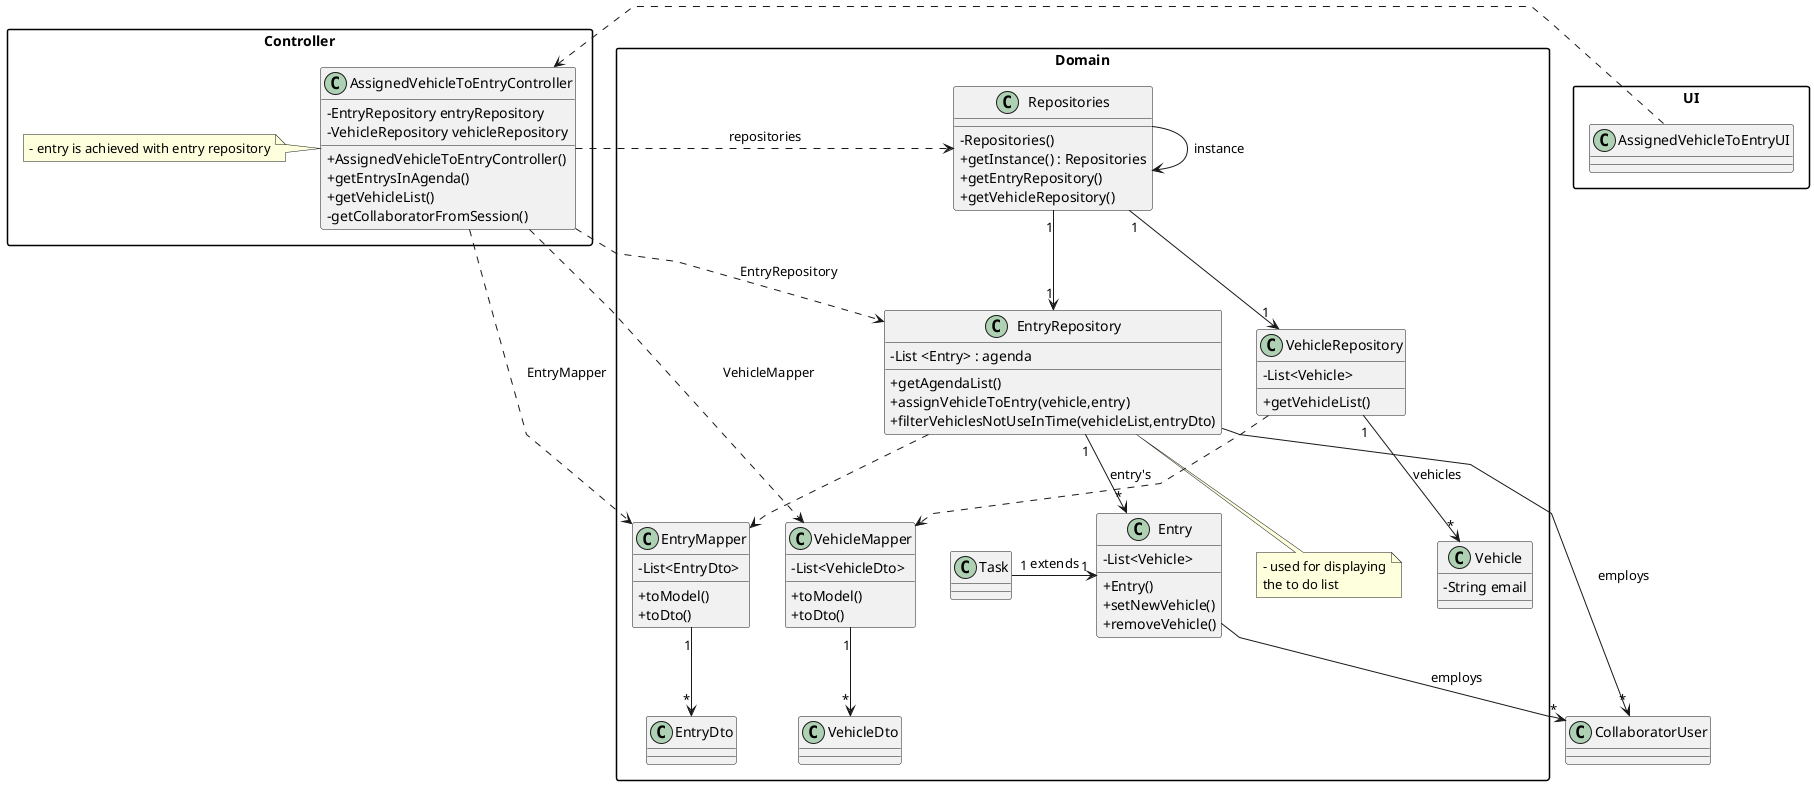
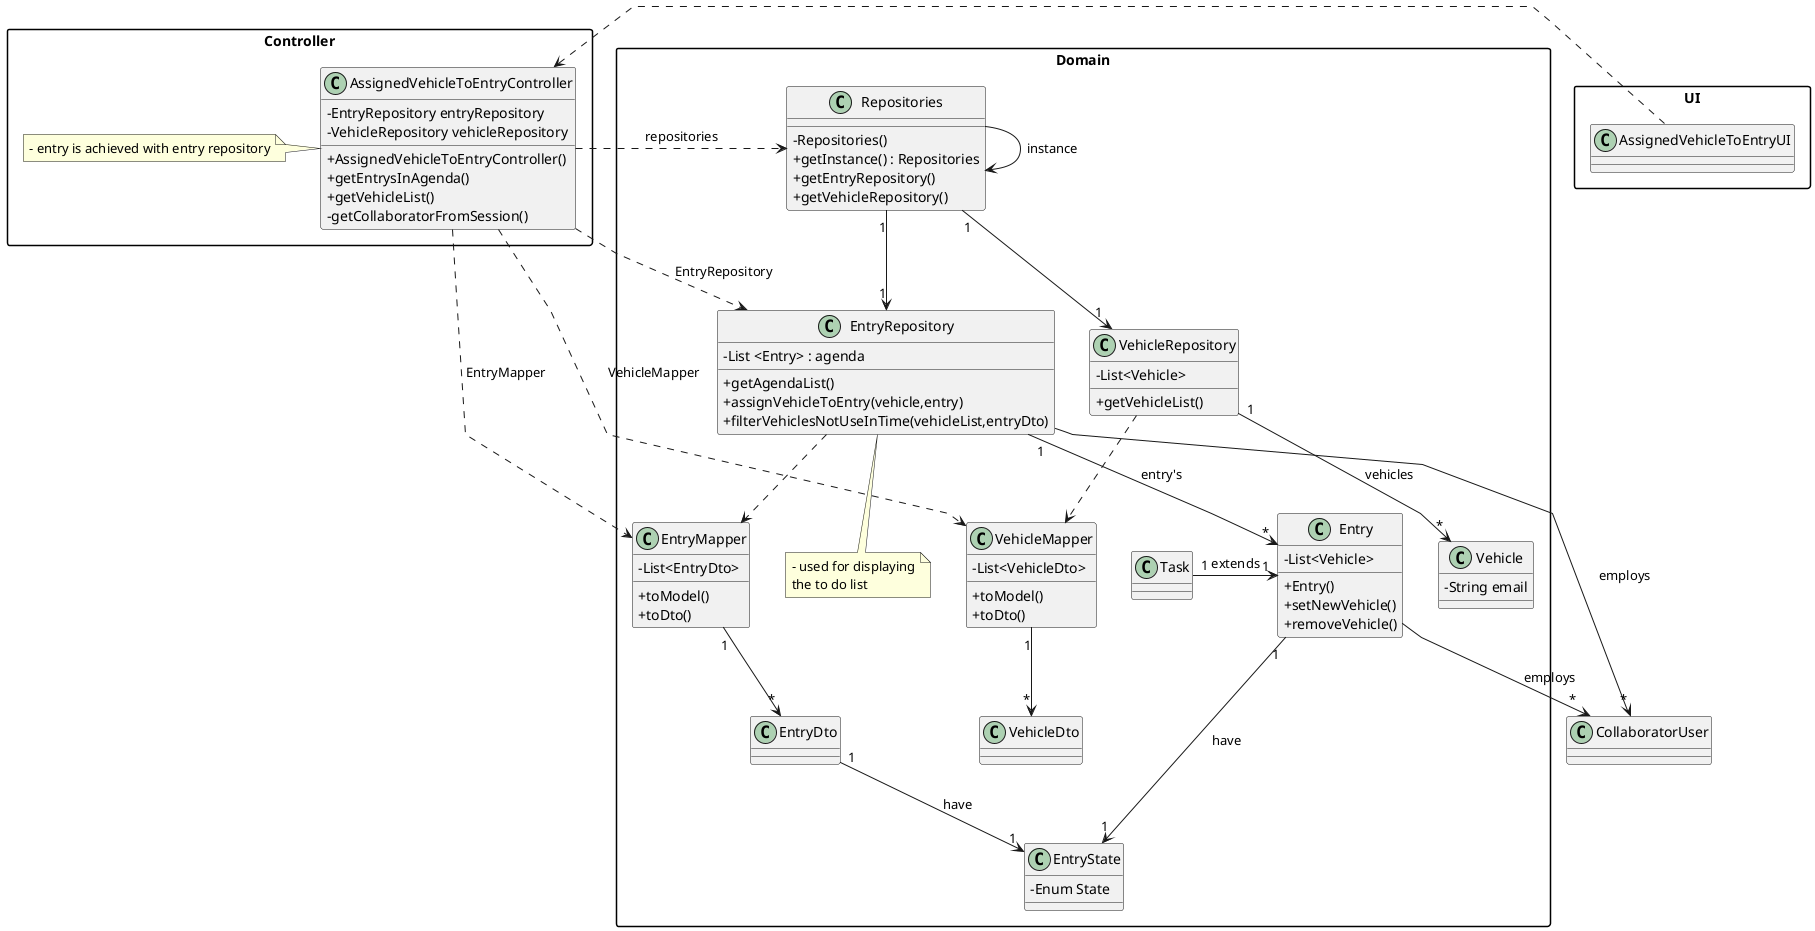
@startuml
'skinparam monochrome true
skinparam packageStyle rectangle
skinparam shadowing false
skinparam linetype polyline
'skinparam linetype orto

skinparam classAttributeIconSize 0

'left to right direction

package "Domain" {
class Entry {
    - List<Vehicle>
    + Entry()
    + setNewVehicle()
    + removeVehicle()
+ }
+ 
+ class EntryState{
+     -Enum State
}

class Task{
}
class EntryRepository {
    - List <Entry> : agenda

    + getAgendaList()
    + assignVehicleToEntry(vehicle,entry)
    + filterVehiclesNotUseInTime(vehicleList,entryDto)
}


note bottom of EntryRepository
    - used for displaying
    the to do list
end note

class VehicleRepository{
    - List<Vehicle>

    + getVehicleList()
}

class Vehicle {
    - String email
}


class Repositories {
    - Repositories()
    + getInstance() : Repositories
    + getEntryRepository()
    + getVehicleRepository()
}

class EntryMapper{
    - List<EntryDto>
    + toModel()
    + toDto()
}

class EntryDto{
}

class VehicleMapper{
    - List<VehicleDto>
    + toModel()
    + toDto()
}

class VehicleDto{
}

}



class CollaboratorUser {
}


package "Controller"{

class AssignedVehicleToEntryController {
    - EntryRepository entryRepository
    - VehicleRepository vehicleRepository
    + AssignedVehicleToEntryController()
    + getEntrysInAgenda()
    + getVehicleList()
    - getCollaboratorFromSession()
}

note left of AssignedVehicleToEntryController
    - entry is achieved with entry repository
end note


}



package "UI"{

class AssignedVehicleToEntryUI {
}

}
Repositories -> Repositories : instance


AssignedVehicleToEntryUI .> AssignedVehicleToEntryController

AssignedVehicleToEntryController .> Repositories : repositories
Repositories "1" --> "1" EntryRepository
Repositories "1" --> "1" VehicleRepository

AssignedVehicleToEntryController ..> EntryRepository : EntryRepository
AssignedVehicleToEntryController ..> EntryMapper : EntryMapper
AssignedVehicleToEntryController ..> VehicleMapper : VehicleMapper

EntryMapper "1" --> "*" EntryDto

VehicleRepository "1" --> "*" Vehicle : vehicles

EntryRepository "1" --> "*" Entry : entry's
EntryRepository --> "*" CollaboratorUser : employs
EntryRepository ..> EntryMapper
VehicleRepository ..> VehicleMapper

VehicleMapper "1" --> "*" VehicleDto

Entry --> "*" CollaboratorUser : employs
Task "1" -> "1" Entry : extends

+ Entry "1" --> "1" EntryState : have
+ EntryDto "1" --> "1" EntryState : have

@enduml